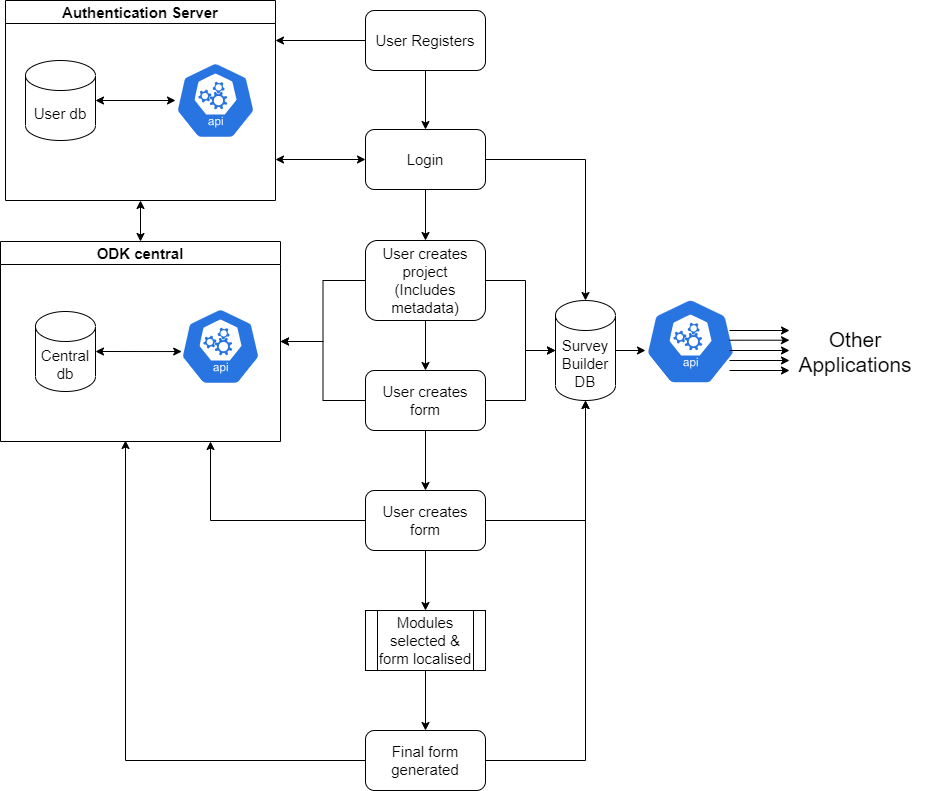
This is source/images/survey_builder_process.png from l-gorman/rhomis-docs, a draw.io export, as it was before one commit. Source tidied: cells renumbered, new cells last; positions are measured from the earlier drawing's top-left corner, leaving out a move shared by most shapes.
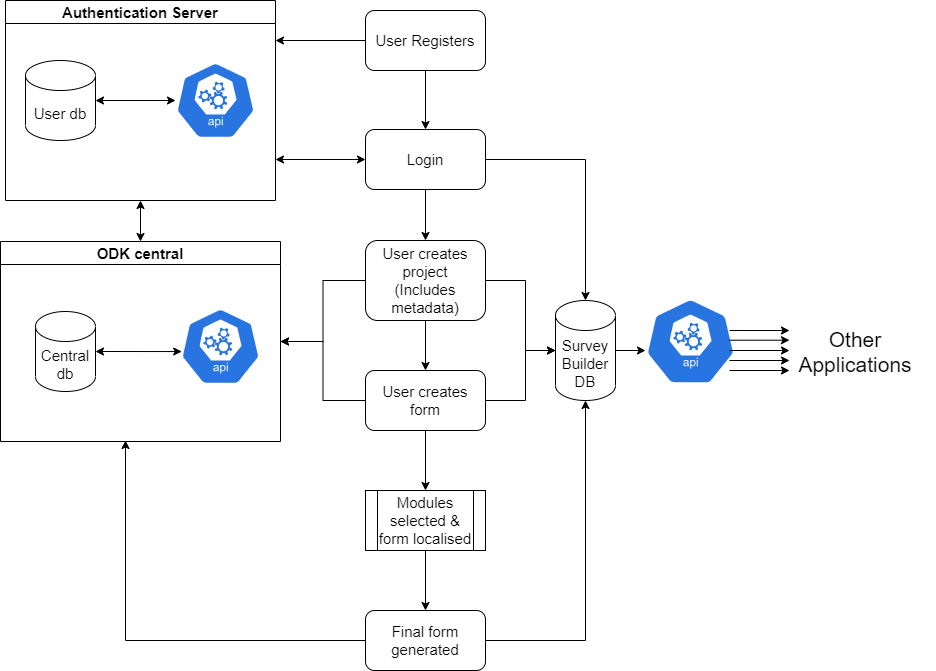
The same file after the commit.

The edit, as a diff of the source:
```diff
@@ -55,8 +55,10 @@
     <mxCell id="15" style="edgeStyle=orthogonalEdgeStyle;rounded=0;jettySize=auto;html=1;exitX=0;exitY=0.5;exitDx=0;exitDy=0;entryX=1;entryY=0.5;entryDx=0;entryDy=0;startArrow=none;startFill=0;fontSize=15;" parent="1" edge="1" source="18" target="28">
       <mxGeometry relative="1" as="geometry" />
     </mxCell>
-    <mxCell id="16" style="edgeStyle=orthogonalEdgeStyle;rounded=0;jettySize=auto;html=1;exitX=0.5;exitY=1;exitDx=0;exitDy=0;entryX=0.5;entryY=0;entryDx=0;entryDy=0;startArrow=none;startFill=0;fontSize=15;" parent="1" edge="1" source="18" target="22">
-      <mxGeometry relative="1" as="geometry" />
+    <mxCell id="16" style="edgeStyle=orthogonalEdgeStyle;rounded=0;jettySize=auto;html=1;exitX=0.5;exitY=1;exitDx=0;exitDy=0;entryX=0.5;entryY=0;entryDx=0;entryDy=0;startArrow=none;startFill=0;fontSize=15;" parent="1" edge="1" source="18">
+      <mxGeometry relative="1" as="geometry">
+        <mxPoint x="425" y="490" as="targetPoint" />
+      </mxGeometry>
     </mxCell>
     <mxCell id="17" style="edgeStyle=orthogonalEdgeStyle;rounded=0;jettySize=auto;html=1;exitX=1;exitY=0.5;exitDx=0;exitDy=0;fontSize=15;" parent="1" edge="1" source="18">
       <mxGeometry relative="1" as="geometry">
@@ -70,20 +72,6 @@
     <mxCell id="18" value="User creates form" style="rounded=1;whiteSpace=wrap;html=1;fontSize=15;" parent="1" vertex="1">
       <mxGeometry x="365" y="370" width="120" height="60" as="geometry" />
     </mxCell>
-    <mxCell id="19" style="edgeStyle=orthogonalEdgeStyle;rounded=0;jettySize=auto;html=1;exitX=0;exitY=0.5;exitDx=0;exitDy=0;entryX=0.75;entryY=1;entryDx=0;entryDy=0;startArrow=none;startFill=0;fontSize=15;" parent="1" edge="1" source="22" target="28">
-      <mxGeometry relative="1" as="geometry" />
-    </mxCell>
-    <mxCell id="20" style="edgeStyle=orthogonalEdgeStyle;rounded=0;jettySize=auto;html=1;exitX=0.5;exitY=1;exitDx=0;exitDy=0;startArrow=none;startFill=0;fontSize=15;" parent="1" edge="1" source="22">
-      <mxGeometry relative="1" as="geometry">
-        <mxPoint x="425" y="610" as="targetPoint" />
-      </mxGeometry>
-    </mxCell>
-    <mxCell id="21" style="edgeStyle=orthogonalEdgeStyle;rounded=0;jettySize=auto;html=1;exitX=1;exitY=0.5;exitDx=0;exitDy=0;entryX=0.5;entryY=1;entryDx=0;entryDy=0;entryPerimeter=0;fontSize=15;startArrow=none;startFill=0;" parent="1" edge="1" source="22" target="10">
-      <mxGeometry relative="1" as="geometry" />
-    </mxCell>
-    <mxCell id="22" value="User creates form" style="rounded=1;whiteSpace=wrap;html=1;fontSize=15;" parent="1" vertex="1">
-      <mxGeometry x="365" y="490" width="120" height="60" as="geometry" />
-    </mxCell>
     <mxCell id="23" style="edgeStyle=orthogonalEdgeStyle;rounded=0;jettySize=auto;html=1;exitX=0.5;exitY=1;exitDx=0;exitDy=0;entryX=0.5;entryY=0;entryDx=0;entryDy=0;startArrow=classic;startFill=1;fontSize=15;" parent="1" edge="1" source="24" target="28">
       <mxGeometry relative="1" as="geometry" />
     </mxCell>
@@ -115,7 +103,7 @@
       <mxGeometry relative="1" as="geometry" />
     </mxCell>
     <mxCell id="33" value="Modules selected &amp;amp; form localised" style="shape=process;whiteSpace=wrap;html=1;backgroundOutline=1;fontSize=15;" parent="1" vertex="1">
-      <mxGeometry x="365" y="610" width="120" height="60" as="geometry" />
+      <mxGeometry x="365" y="490" width="120" height="60" as="geometry" />
     </mxCell>
     <mxCell id="34" style="edgeStyle=orthogonalEdgeStyle;rounded=0;jettySize=auto;html=1;exitX=0;exitY=0.5;exitDx=0;exitDy=0;startArrow=none;startFill=0;fontSize=15;" parent="1" edge="1" source="36">
       <mxGeometry relative="1" as="geometry">
@@ -126,7 +114,7 @@
       <mxGeometry relative="1" as="geometry" />
     </mxCell>
     <mxCell id="36" value="Final form generated" style="rounded=1;whiteSpace=wrap;html=1;fontSize=15;" parent="1" vertex="1">
-      <mxGeometry x="365" y="730" width="120" height="60" as="geometry" />
+      <mxGeometry x="365" y="610" width="120" height="60" as="geometry" />
     </mxCell>
     <mxCell id="37" style="html=1;dashed=0;whitespace=wrap;fillColor=#2875E2;strokeColor=#ffffff;points=[[0.005,0.63,0],[0.1,0.2,0],[0.9,0.2,0],[0.5,0,0],[0.995,0.63,0],[0.72,0.99,0],[0.5,1,0],[0.28,0.99,0]];shape=mxgraph.kubernetes.icon;prIcon=api;" parent="1" vertex="1">
       <mxGeometry x="645" y="296" width="90" height="90" as="geometry" />
```
